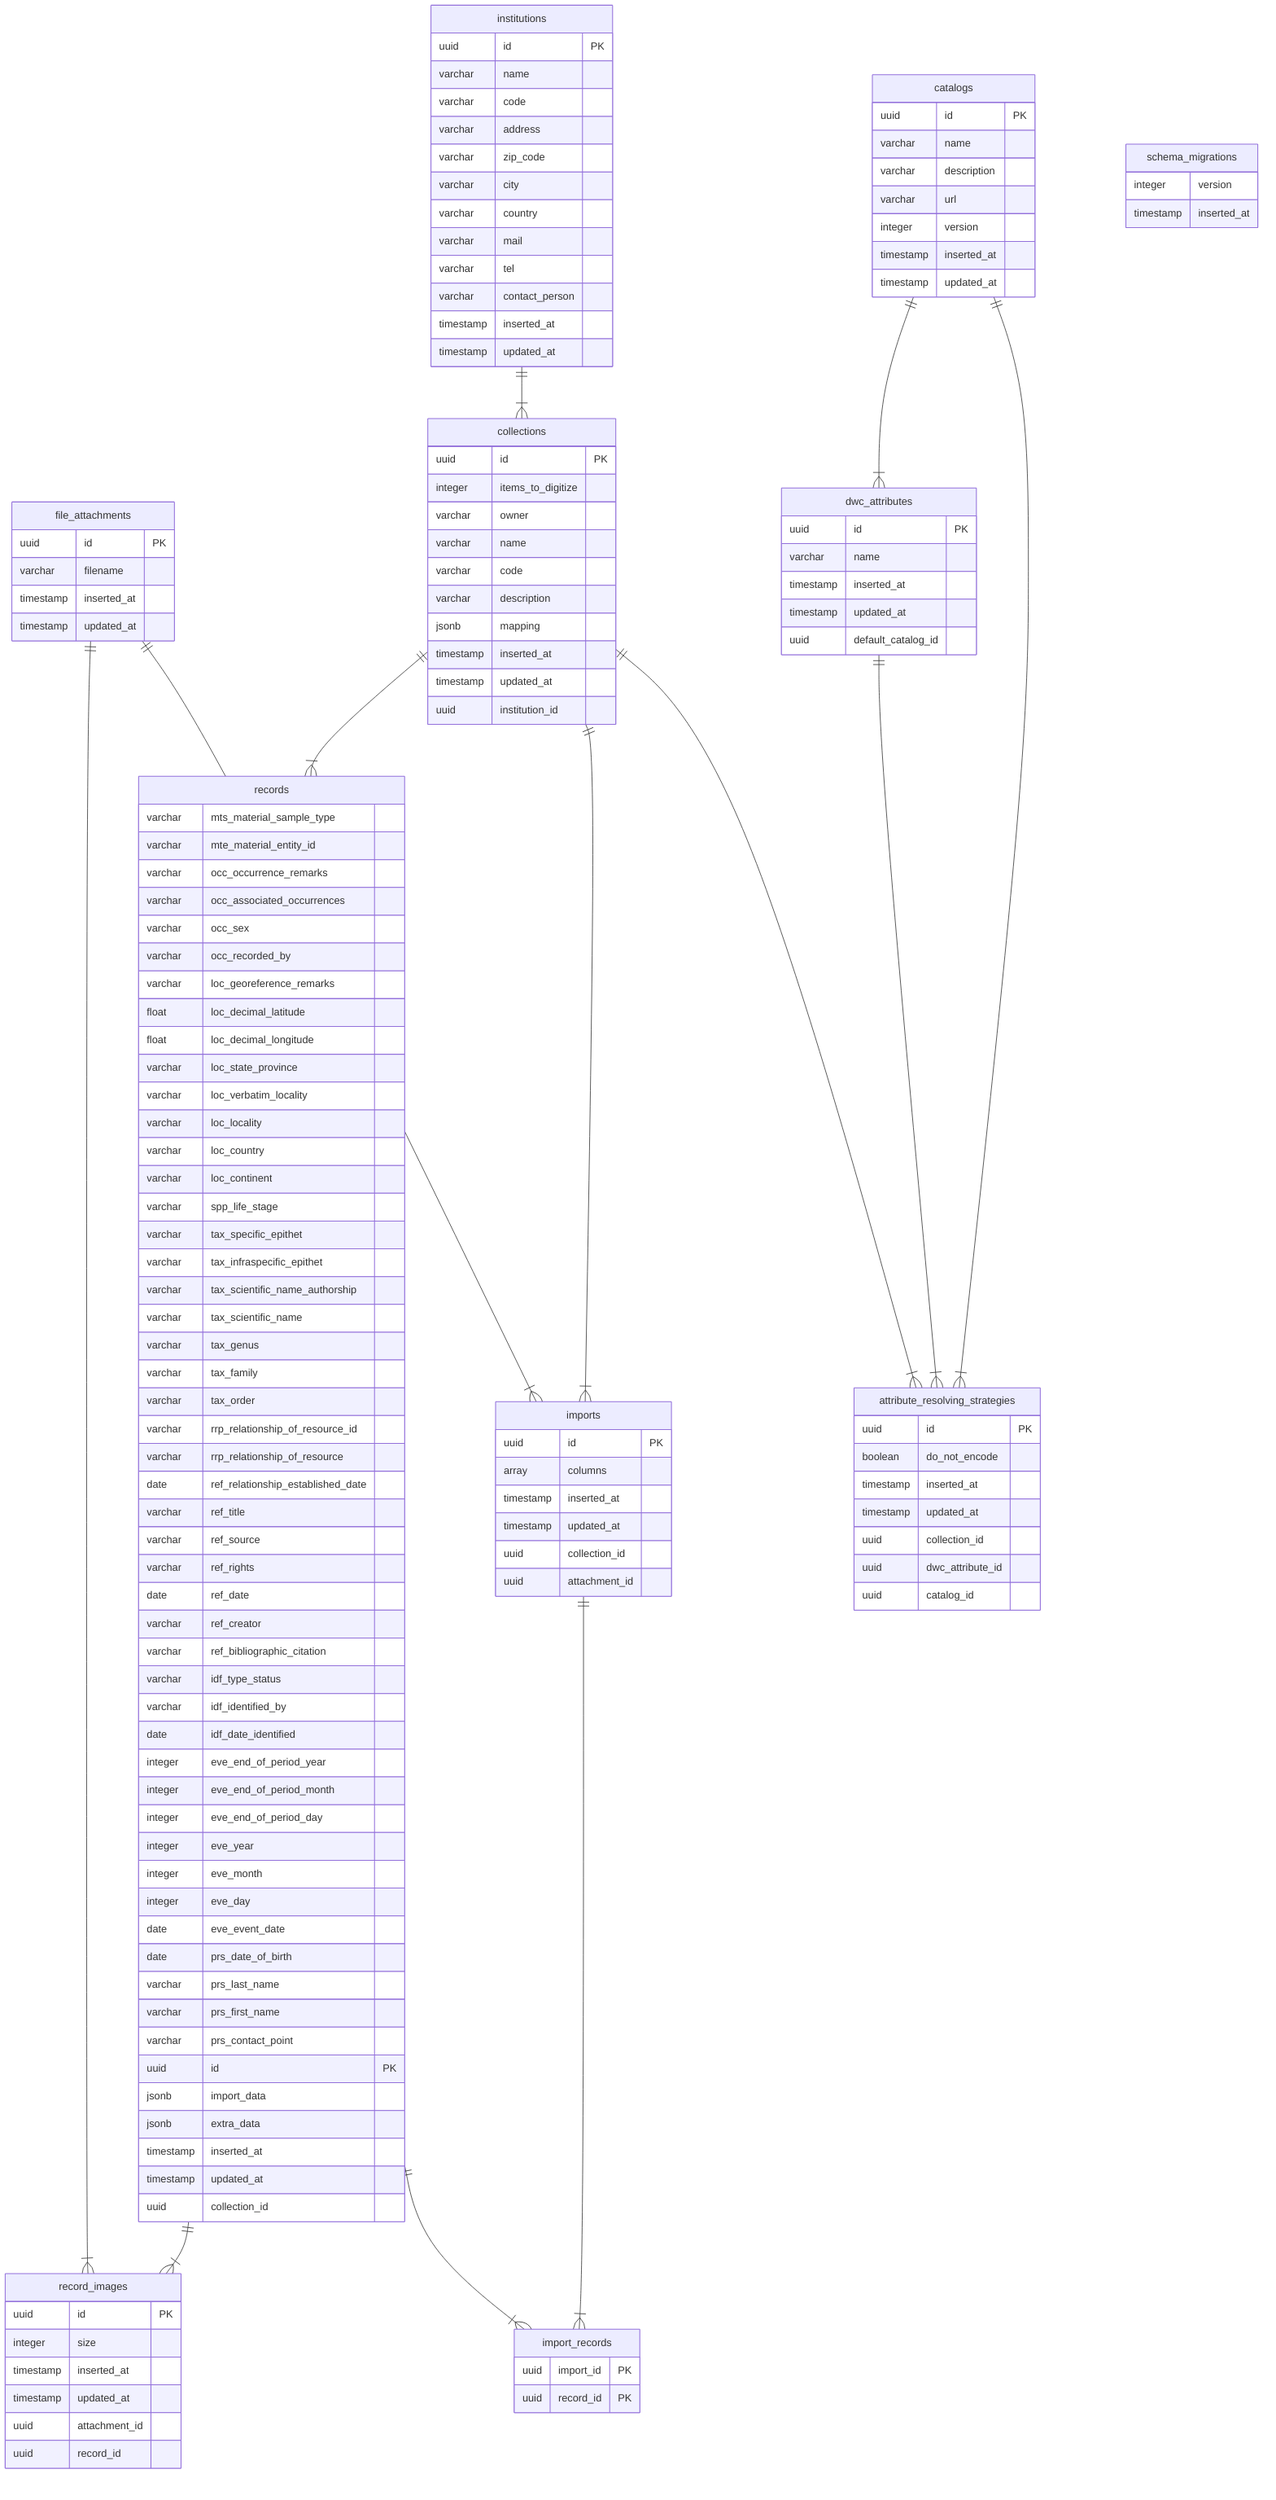
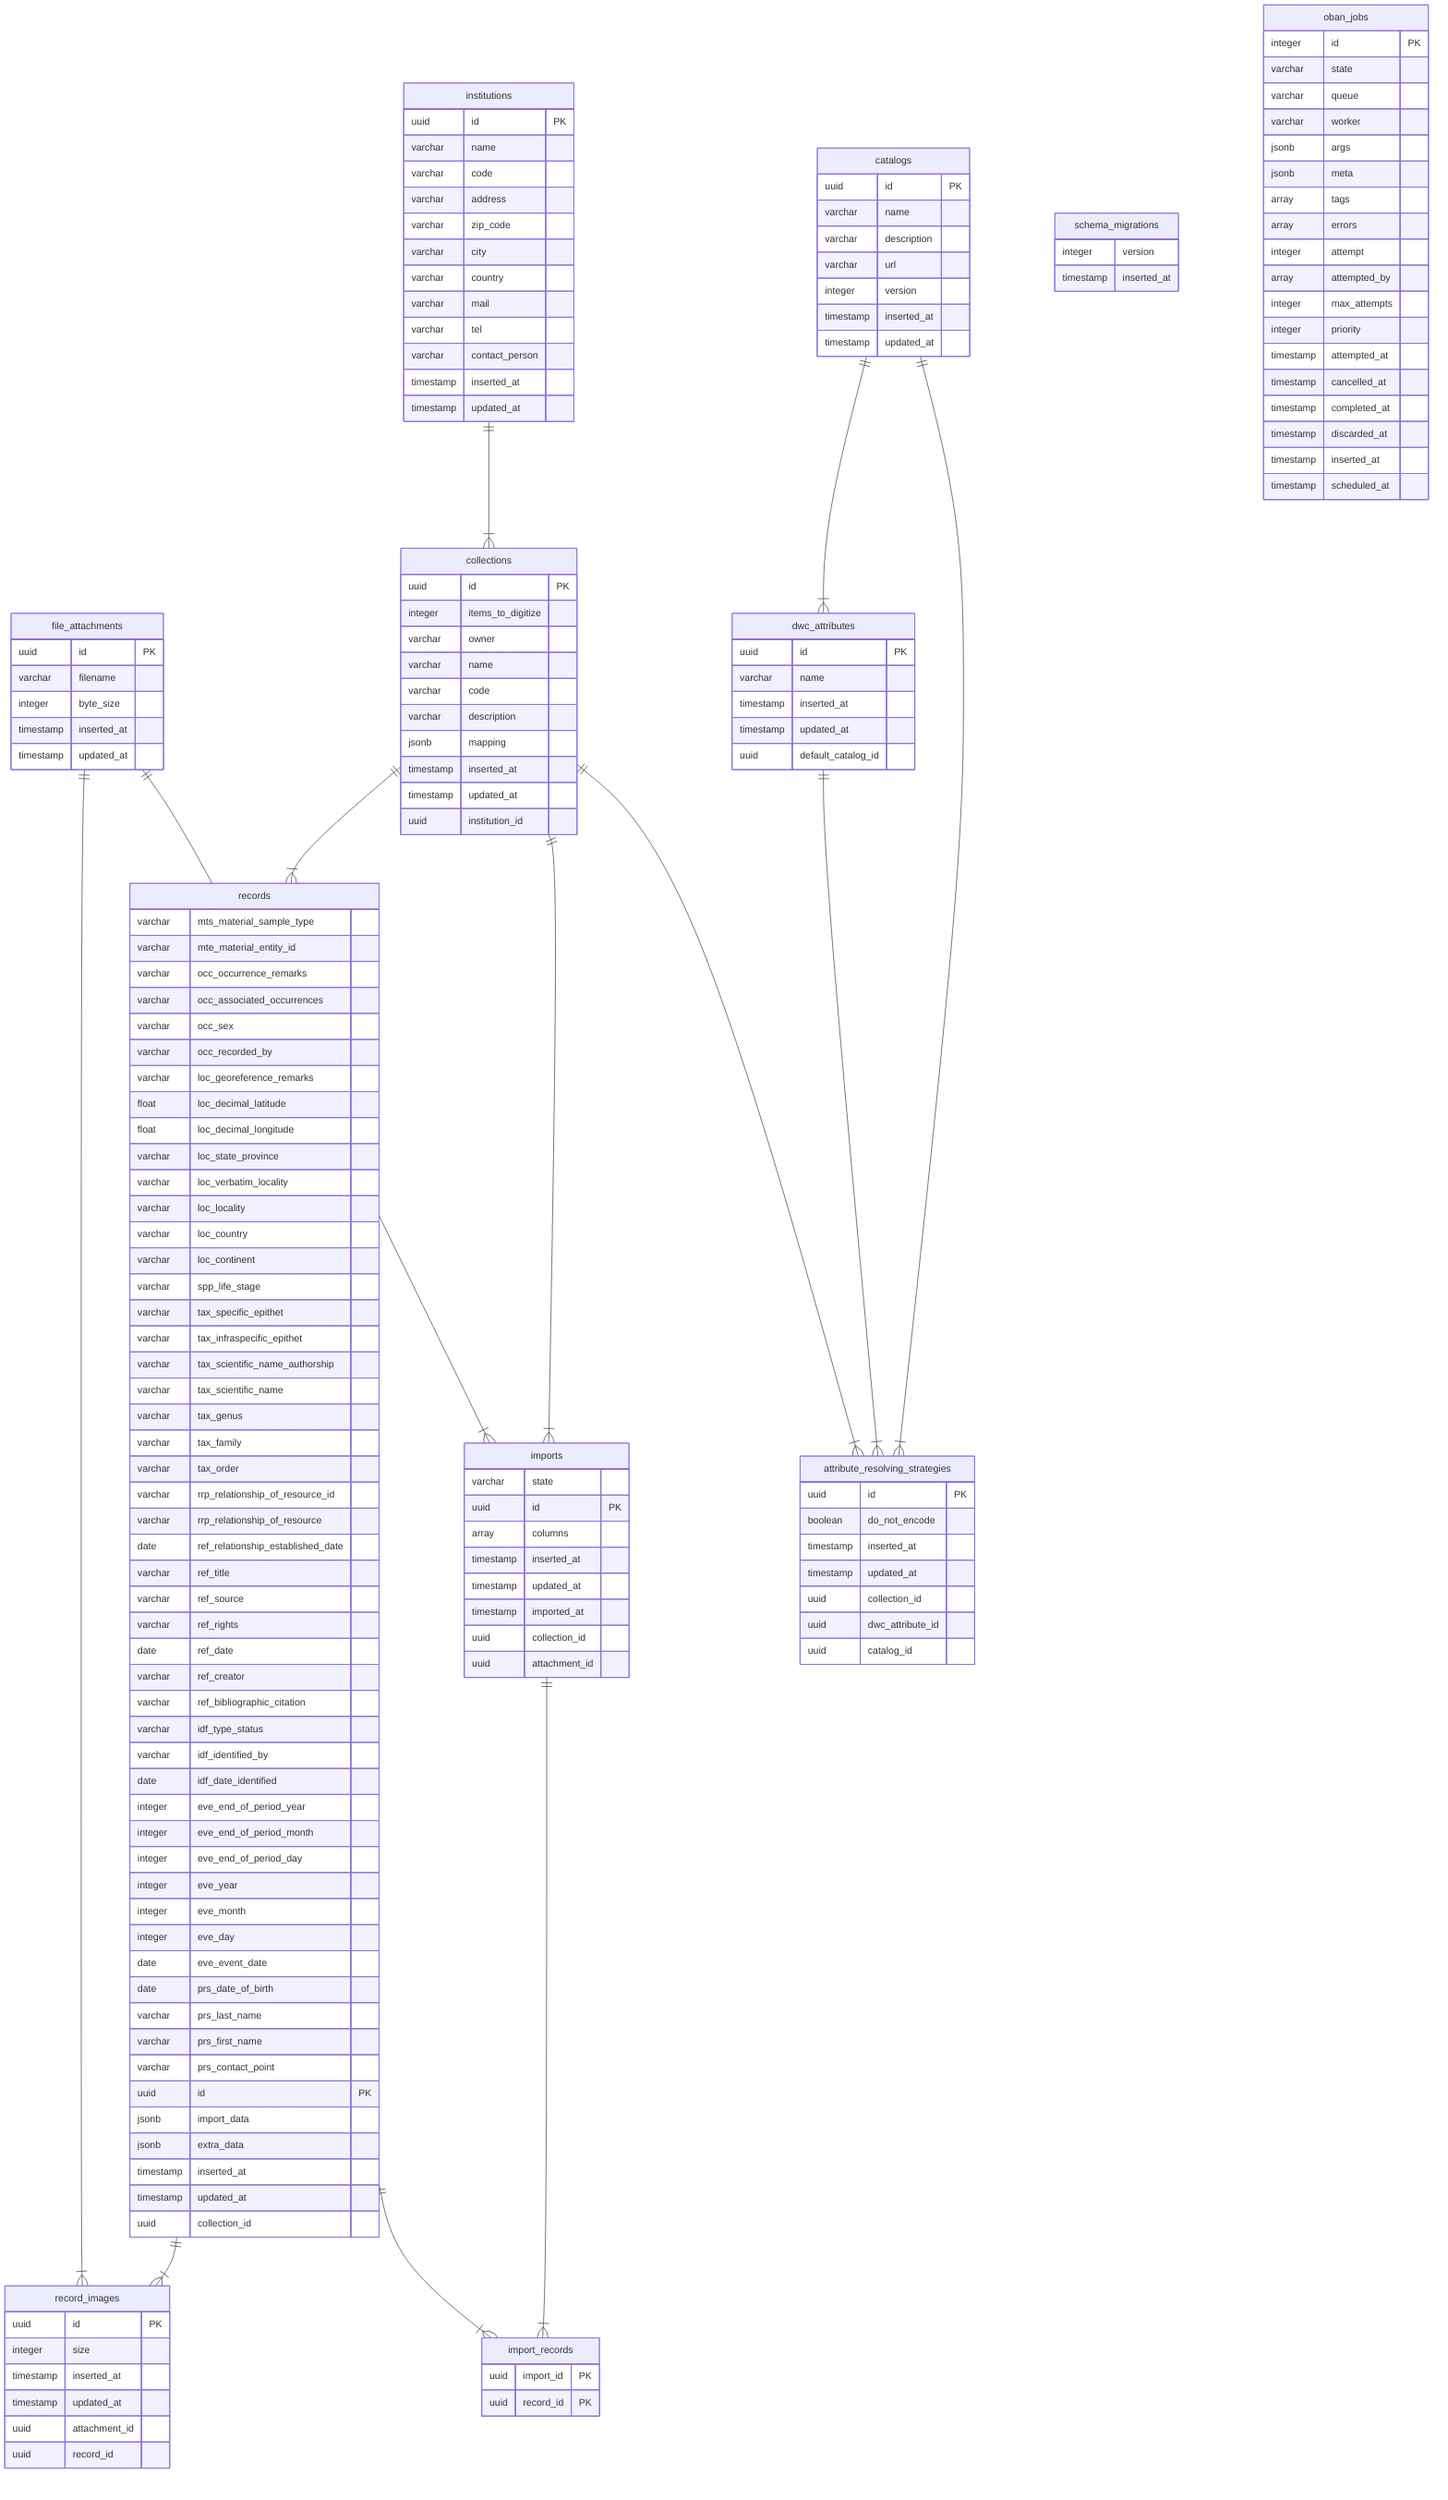
erDiagram
  file_attachments {
    uuid id PK
    varchar filename
+     integer byte_size
    timestamp inserted_at
    timestamp updated_at
  }
  institutions {
    uuid id PK
    varchar name
    varchar code
    varchar address
    varchar zip_code
    varchar city
    varchar country
    varchar mail
    varchar tel
    varchar contact_person
    timestamp inserted_at
    timestamp updated_at
  }
  collections {
    uuid id PK
    integer items_to_digitize
    varchar owner
    varchar name
    varchar code
    varchar description
    jsonb mapping
    timestamp inserted_at
    timestamp updated_at
    uuid institution_id
  }
  imports {
+     varchar state
    uuid id PK
    array columns
    timestamp inserted_at
    timestamp updated_at
+     timestamp imported_at
    uuid collection_id
    uuid attachment_id
  }
  import_records {
    uuid import_id PK
    uuid record_id PK
  }
  records {
    varchar mts_material_sample_type
    varchar mte_material_entity_id
    varchar occ_occurrence_remarks
    varchar occ_associated_occurrences
    varchar occ_sex
    varchar occ_recorded_by
    varchar loc_georeference_remarks
    float loc_decimal_latitude
    float loc_decimal_longitude
    varchar loc_state_province
    varchar loc_verbatim_locality
    varchar loc_locality
    varchar loc_country
    varchar loc_continent
    varchar spp_life_stage
    varchar tax_specific_epithet
    varchar tax_infraspecific_epithet
    varchar tax_scientific_name_authorship
    varchar tax_scientific_name
    varchar tax_genus
    varchar tax_family
    varchar tax_order
    varchar rrp_relationship_of_resource_id
    varchar rrp_relationship_of_resource
    date ref_relationship_established_date
    varchar ref_title
    varchar ref_source
    varchar ref_rights
    date ref_date
    varchar ref_creator
    varchar ref_bibliographic_citation
    varchar idf_type_status
    varchar idf_identified_by
    date idf_date_identified
    integer eve_end_of_period_year
    integer eve_end_of_period_month
    integer eve_end_of_period_day
    integer eve_year
    integer eve_month
    integer eve_day
    date eve_event_date
    date prs_date_of_birth
    varchar prs_last_name
    varchar prs_first_name
    varchar prs_contact_point
    uuid id PK
    jsonb import_data
    jsonb extra_data
    timestamp inserted_at
    timestamp updated_at
    uuid collection_id
  }
  record_images {
    uuid id PK
    integer size
    timestamp inserted_at
    timestamp updated_at
    uuid attachment_id
    uuid record_id
  }
  attribute_resolving_strategies {
    uuid id PK
    boolean do_not_encode
    timestamp inserted_at
    timestamp updated_at
    uuid collection_id
    uuid dwc_attribute_id
    uuid catalog_id
  }
  catalogs {
    uuid id PK
    varchar name
    varchar description
    varchar url
    integer version
    timestamp inserted_at
    timestamp updated_at
  }
  dwc_attributes {
    uuid id PK
    varchar name
    timestamp inserted_at
    timestamp updated_at
    uuid default_catalog_id
  }
  schema_migrations {
    integer version
    timestamp inserted_at
  }
+   oban_jobs {
+     integer id PK
+     varchar state
+     varchar queue
+     varchar worker
+     jsonb args
+     jsonb meta
+     array tags
+     array errors
+     integer attempt
+     array attempted_by
+     integer max_attempts
+     integer priority
+     timestamp attempted_at
+     timestamp cancelled_at
+     timestamp completed_at
+     timestamp discarded_at
+     timestamp inserted_at
+     timestamp scheduled_at
+   }
  catalogs ||--|{ attribute_resolving_strategies : ""
  catalogs ||--|{ dwc_attributes : ""
  collections ||--|{ attribute_resolving_strategies : ""
  collections ||--|{ imports : ""
  collections ||--|{ records : ""
  dwc_attributes ||--|{ attribute_resolving_strategies : ""
  file_attachments ||--|{ imports : ""
  file_attachments ||--|{ record_images : ""
  imports ||--|{ import_records : ""
  institutions ||--|{ collections : ""
  records ||--|{ import_records : ""
  records ||--|{ record_images : ""
